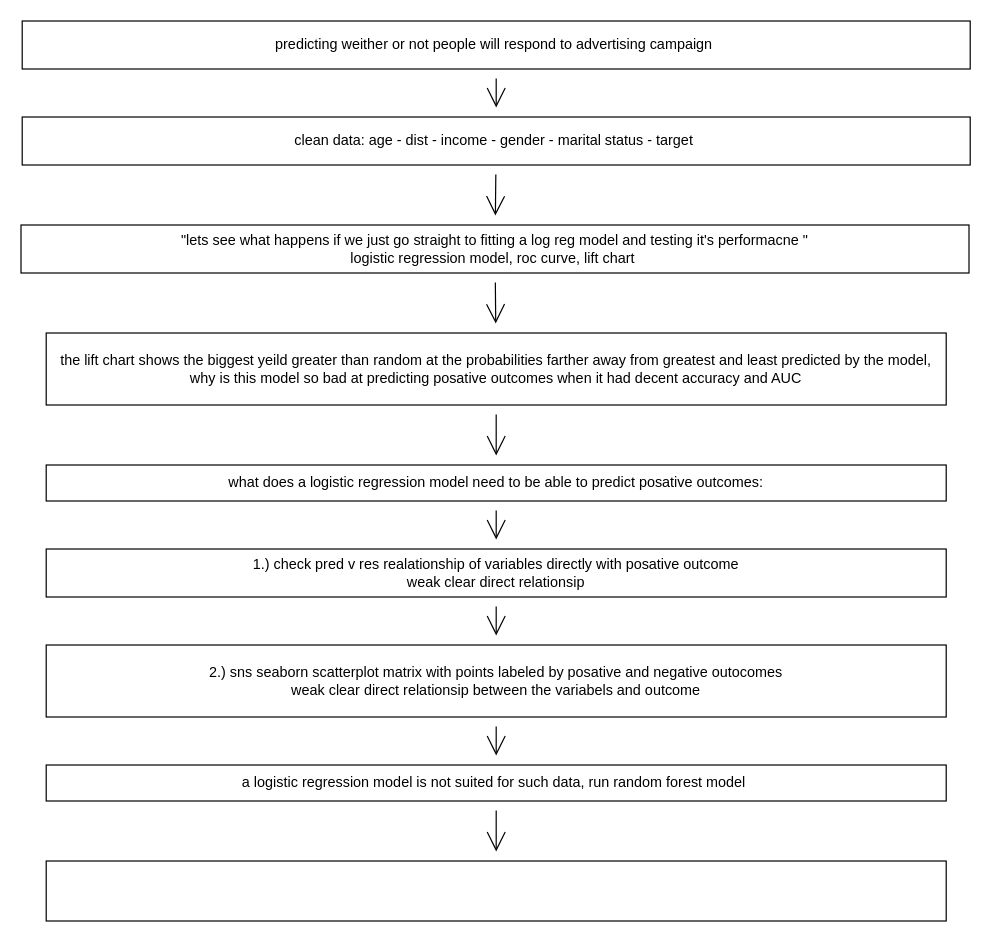
Jacob-J-Richards/DS_DA_Projects keeps this draw.io diagram as Marketing_Prediction/test.drawio. Above is the earlier version. Source tidied: cells renumbered, new cells numbered last; positions are measured from the earlier drawing's top-left corner, leaving out a move shared by most shapes. Both pictures are drawn from the tidied source at 120%, with x=0, y=0 at pixel (20, 20).
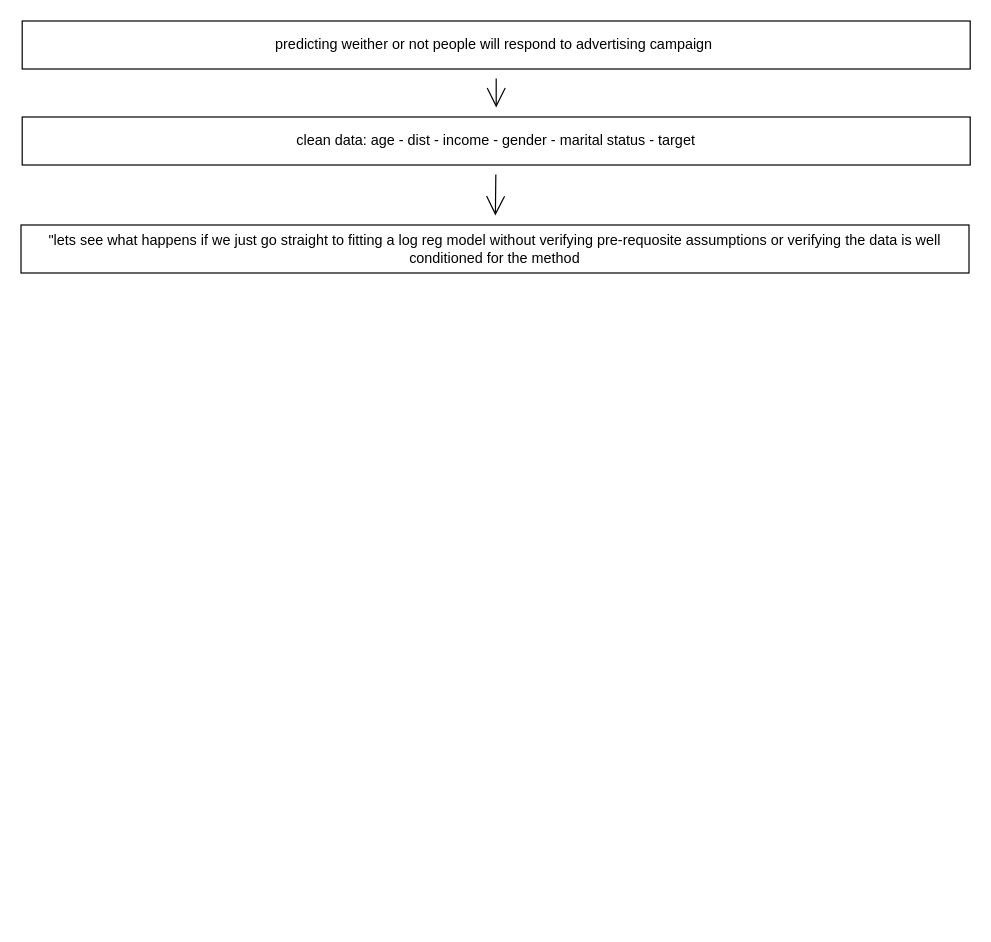
The same diagram, later.

The edit, as a diff of the source:
```diff
@@
 <mxGraphModel>
   <root>
     <mxCell id="0" />
     <mxCell id="1" parent="0" />
     <mxCell id="2" value="predicting weither or not people will respond to advertising campaign&amp;nbsp;" style="whiteSpace=wrap;html=1;" parent="1" vertex="1">
       <mxGeometry x="1" width="790" height="40" as="geometry" />
     </mxCell>
     <mxCell id="3" style="edgeStyle=none;jettySize=auto;html=1;rounded=0;endArrow=open;startSize=14;endSize=14;sourcePerimeterSpacing=8;targetPerimeterSpacing=8;curved=1;" parent="1" edge="1" source="2" target="5">
       <mxGeometry relative="1" as="geometry" />
     </mxCell>
     <mxCell id="4" style="edgeStyle=none;curved=1;rounded=0;jettySize=auto;html=1;endArrow=open;startSize=14;endSize=14;sourcePerimeterSpacing=8;targetPerimeterSpacing=8;" parent="1" edge="1" source="5" target="7">
       <mxGeometry relative="1" as="geometry" />
     </mxCell>
-    <mxCell id="5" value="clean data: age - dist - income - gender - marital status - target&amp;nbsp;" style="rounded=0;whiteSpace=wrap;html=1;" parent="1" vertex="1">
+    <mxCell id="5" value="clean data: age - dist - income - gender - marital status - target" style="rounded=0;whiteSpace=wrap;html=1;" parent="1" vertex="1">
       <mxGeometry x="1" y="80" width="790" height="40" as="geometry" />
     </mxCell>
-    <mxCell id="6" style="edgeStyle=none;curved=1;rounded=0;jettySize=auto;html=1;endArrow=open;startSize=14;endSize=14;sourcePerimeterSpacing=8;targetPerimeterSpacing=8;" parent="1" edge="1" source="7" target="9">
-      <mxGeometry relative="1" as="geometry" />
-    </mxCell>
-    <mxCell id="7" value="&quot;lets see what happens if we just go straight to fitting a log reg model and testing it's performacne &quot;&lt;br&gt;logistic regression model, roc curve, lift chart&amp;nbsp;" style="whiteSpace=wrap;html=1;rounded=0;" parent="1" vertex="1">
+    <mxCell id="7" value="&quot;lets see what happens if we just go straight to fitting a log reg model without verifying pre-requosite assumptions or verifying the data is well conditioned for the method" style="whiteSpace=wrap;html=1;rounded=0;" parent="1" vertex="1">
       <mxGeometry y="170" width="790" height="40" as="geometry" />
     </mxCell>
-    <mxCell id="8" style="edgeStyle=none;curved=1;rounded=0;jettySize=auto;html=1;endArrow=open;startSize=14;endSize=14;sourcePerimeterSpacing=8;targetPerimeterSpacing=8;" parent="1" edge="1" source="9" target="11">
-      <mxGeometry relative="1" as="geometry" />
-    </mxCell>
-    <mxCell id="9" value="the lift chart shows the biggest yeild greater than random at the probabilities farther away from greatest and least predicted by the model, why is this model so bad at predicting posative outcomes when it had decent accuracy and AUC" style="whiteSpace=wrap;html=1;rounded=0;" parent="1" vertex="1">
-      <mxGeometry x="21" y="260" width="750" height="60" as="geometry" />
-    </mxCell>
-    <mxCell id="10" style="edgeStyle=none;curved=1;rounded=0;jettySize=auto;html=1;endArrow=open;startSize=14;endSize=14;sourcePerimeterSpacing=8;targetPerimeterSpacing=8;" parent="1" edge="1" source="11" target="13">
-      <mxGeometry relative="1" as="geometry" />
-    </mxCell>
-    <mxCell id="11" value="what does a logistic regression model need to be able to predict posative outcomes:" style="whiteSpace=wrap;html=1;rounded=0;" parent="1" vertex="1">
-      <mxGeometry x="21" y="370" width="750" height="30" as="geometry" />
-    </mxCell>
-    <mxCell id="12" style="edgeStyle=none;curved=1;rounded=0;jettySize=auto;html=1;endArrow=open;startSize=14;endSize=14;sourcePerimeterSpacing=8;targetPerimeterSpacing=8;" parent="1" edge="1" source="13" target="15">
-      <mxGeometry relative="1" as="geometry" />
-    </mxCell>
-    <mxCell id="13" value="1.) check pred v res realationship of variables directly with posative outcome&lt;br&gt;weak clear direct relationsip" style="whiteSpace=wrap;html=1;rounded=0;" parent="1" vertex="1">
-      <mxGeometry x="21" y="440" width="750" height="40" as="geometry" />
-    </mxCell>
-    <mxCell id="14" style="edgeStyle=none;curved=1;rounded=0;jettySize=auto;html=1;endArrow=open;startSize=14;endSize=14;sourcePerimeterSpacing=8;targetPerimeterSpacing=8;" parent="1" edge="1" source="15" target="17">
-      <mxGeometry relative="1" as="geometry" />
-    </mxCell>
-    <mxCell id="15" value="2.) sns seaborn scatterplot matrix with points labeled by posative and negative outocomes&lt;br&gt;weak clear direct relationsip between the variabels and outcome" style="rounded=0;whiteSpace=wrap;html=1;" parent="1" vertex="1">
-      <mxGeometry x="21" y="520" width="750" height="60" as="geometry" />
-    </mxCell>
-    <mxCell id="16" style="edgeStyle=none;curved=1;rounded=0;jettySize=auto;html=1;endArrow=open;startSize=14;endSize=14;sourcePerimeterSpacing=8;targetPerimeterSpacing=8;" parent="1" edge="1" source="17" target="18">
-      <mxGeometry relative="1" as="geometry" />
-    </mxCell>
-    <mxCell id="17" value="a logistic regression model is not suited for such data, run random forest model&amp;nbsp;" style="whiteSpace=wrap;html=1;rounded=0;" parent="1" vertex="1">
-      <mxGeometry x="21" y="620" width="750" height="30" as="geometry" />
-    </mxCell>
-    <mxCell id="18" style="whiteSpace=wrap;html=1;rounded=0;" parent="1" vertex="1">
-      <mxGeometry x="21" y="700" width="750" height="50" as="geometry" />
-    </mxCell>
   </root>
 </mxGraphModel>
```
